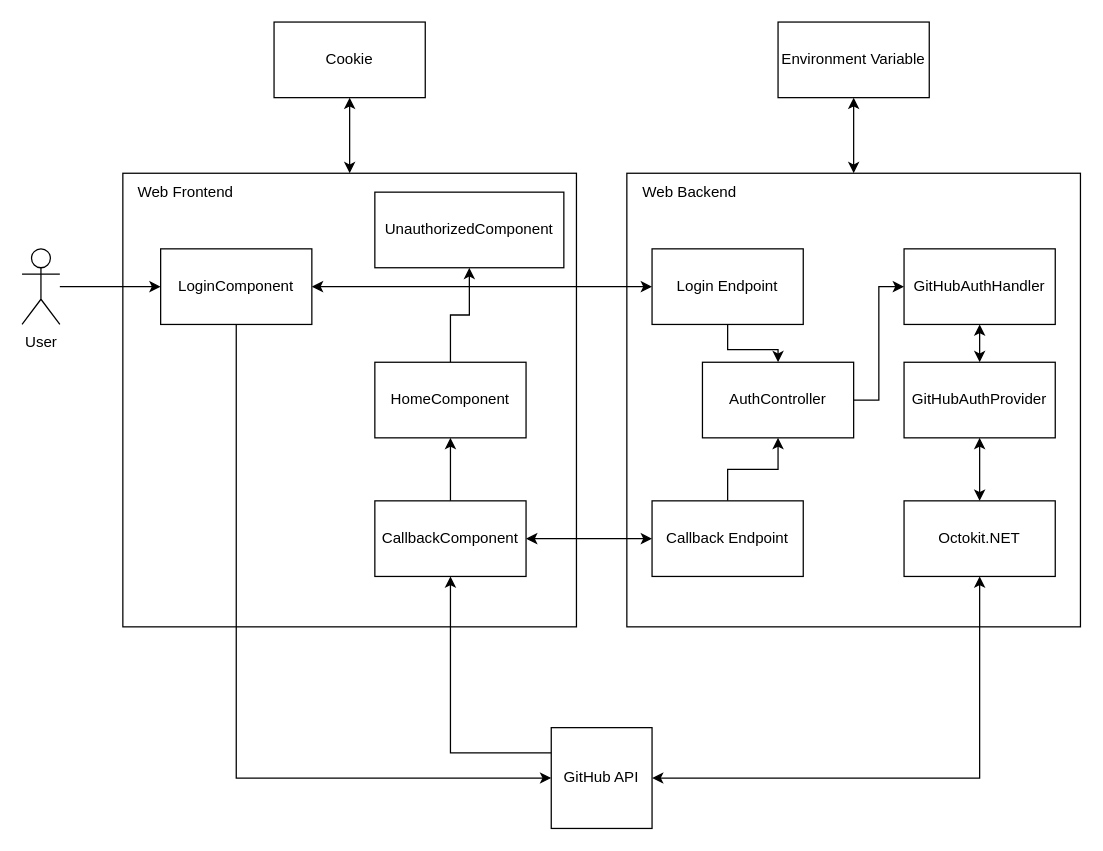
This is docs/auth-scheme.drawio from Strayker-Software/Binder, a draw.io file, before an edit. Source tidied: cells renumbered, new cells numbered last; positions are measured from the earlier drawing's top-left corner, leaving out a move shared by most shapes. Both pictures are drawn from the tidied source at 126%, with x=0, y=0 at pixel (21, 21).
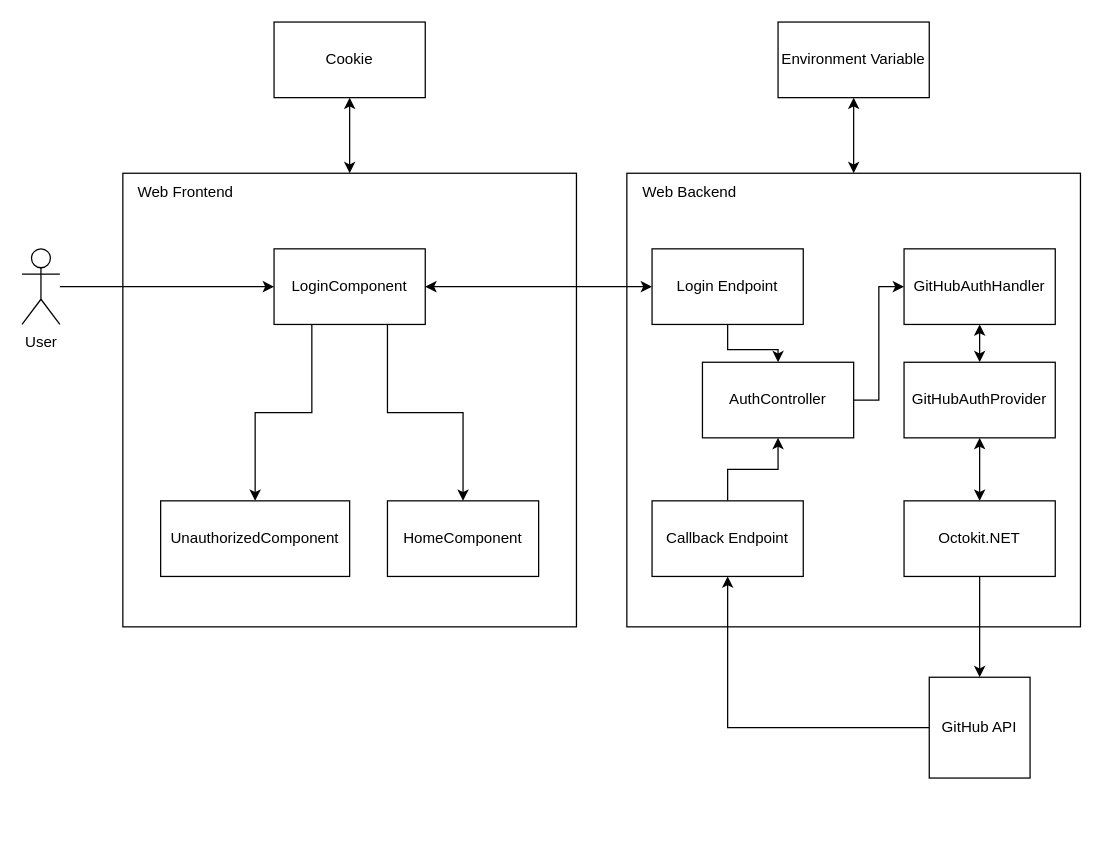
The same page after the edit.

Unchanged cells that the change refers to:
```xml
<mxCell id="9" value="Octokit.NET" style="rounded=0;whiteSpace=wrap;html=1;" parent="1" vertex="1">
  <mxGeometry x="700" y="380" width="120" height="60" as="geometry" />
</mxCell>
<mxCell id="19" value="Callback Endpoint" style="rounded=0;whiteSpace=wrap;html=1;" parent="1" vertex="1">
  <mxGeometry x="500" y="380" width="120" height="60" as="geometry" />
</mxCell>
```

What changed in the source:
```diff
@@
-    <mxCell id="6" style="edgeStyle=orthogonalEdgeStyle;rounded=0;jettySize=auto;html=1;exitX=0;exitY=0.25;exitDx=0;exitDy=0;entryX=0.5;entryY=1;entryDx=0;entryDy=0;startArrow=none;startFill=0;endArrow=classic;endFill=1;" parent="1" edge="1" source="7" target="27">
-      <mxGeometry relative="1" as="geometry" />
-    </mxCell>
+    <mxCell id="35" style="edgeStyle=orthogonalEdgeStyle;rounded=0;jettySize=auto;html=1;exitX=0;exitY=0.5;exitDx=0;exitDy=0;entryX=0.5;entryY=1;entryDx=0;entryDy=0;startArrow=none;startFill=0;endArrow=classic;endFill=1;" parent="1" edge="1" source="7" target="19">
+      <mxGeometry relative="1" as="geometry" />
+    </mxCell>
     <mxCell id="7" value="GitHub API" style="whiteSpace=wrap;html=1;" parent="1" vertex="1">
-      <mxGeometry x="420" y="560" width="80" height="80" as="geometry" />
+      <mxGeometry x="720" y="520" width="80" height="80" as="geometry" />
     </mxCell>
-    <mxCell id="8" style="edgeStyle=orthogonalEdgeStyle;rounded=0;jettySize=auto;html=1;exitX=0.5;exitY=1;exitDx=0;exitDy=0;entryX=1;entryY=0.5;entryDx=0;entryDy=0;startArrow=classic;startFill=1;" parent="1" edge="1" source="9" target="7">
+    <mxCell id="8" style="edgeStyle=orthogonalEdgeStyle;rounded=0;jettySize=auto;html=1;exitX=0.5;exitY=1;exitDx=0;exitDy=0;entryX=0.5;entryY=0;entryDx=0;entryDy=0;startArrow=none;startFill=0;" parent="1" edge="1" source="9" target="7">
       <mxGeometry relative="1" as="geometry" />
     </mxCell>
@@
-    <mxCell id="22" style="edgeStyle=orthogonalEdgeStyle;rounded=0;jettySize=auto;html=1;exitX=0.5;exitY=1;exitDx=0;exitDy=0;entryX=0;entryY=0.5;entryDx=0;entryDy=0;startArrow=none;startFill=0;" parent="1" edge="1" source="24" target="7">
-      <mxGeometry relative="1" as="geometry" />
-    </mxCell>
@@
+    <mxCell id="36" style="edgeStyle=orthogonalEdgeStyle;rounded=0;jettySize=auto;html=1;exitX=0.25;exitY=1;exitDx=0;exitDy=0;startArrow=none;startFill=0;endArrow=classic;endFill=1;" parent="1" edge="1" source="24" target="30">
+      <mxGeometry relative="1" as="geometry" />
+    </mxCell>
+    <mxCell id="37" style="edgeStyle=orthogonalEdgeStyle;rounded=0;jettySize=auto;html=1;exitX=0.75;exitY=1;exitDx=0;exitDy=0;entryX=0.5;entryY=0;entryDx=0;entryDy=0;startArrow=none;startFill=0;endArrow=classic;endFill=1;" parent="1" edge="1" source="24" target="29">
+      <mxGeometry relative="1" as="geometry" />
+    </mxCell>
     <mxCell id="24" value="LoginComponent" style="rounded=0;whiteSpace=wrap;html=1;" parent="1" vertex="1">
-      <mxGeometry x="110" y="180" width="120" height="60" as="geometry" />
+      <mxGeometry x="200" y="180" width="120" height="60" as="geometry" />
     </mxCell>
-    <mxCell id="25" style="edgeStyle=orthogonalEdgeStyle;rounded=0;jettySize=auto;html=1;exitX=1;exitY=0.5;exitDx=0;exitDy=0;entryX=0;entryY=0.5;entryDx=0;entryDy=0;startArrow=classic;startFill=1;" parent="1" edge="1" source="27" target="19">
-      <mxGeometry relative="1" as="geometry" />
-    </mxCell>
-    <mxCell id="26" style="edgeStyle=orthogonalEdgeStyle;rounded=0;jettySize=auto;html=1;exitX=0.5;exitY=0;exitDx=0;exitDy=0;entryX=0.5;entryY=1;entryDx=0;entryDy=0;startArrow=none;startFill=0;endArrow=classic;endFill=1;" parent="1" edge="1" source="27" target="29">
-      <mxGeometry relative="1" as="geometry" />
-    </mxCell>
-    <mxCell id="27" value="CallbackComponent" style="rounded=0;whiteSpace=wrap;html=1;" parent="1" vertex="1">
-      <mxGeometry x="280" y="380" width="120" height="60" as="geometry" />
-    </mxCell>
-    <mxCell id="28" style="edgeStyle=orthogonalEdgeStyle;rounded=0;jettySize=auto;html=1;exitX=0.5;exitY=0;exitDx=0;exitDy=0;entryX=0.5;entryY=1;entryDx=0;entryDy=0;startArrow=none;startFill=0;endArrow=classic;endFill=1;" parent="1" edge="1" source="29" target="30">
-      <mxGeometry relative="1" as="geometry" />
-    </mxCell>
     <mxCell id="29" value="HomeComponent" style="rounded=0;whiteSpace=wrap;html=1;" parent="1" vertex="1">
-      <mxGeometry x="280" y="270" width="120" height="60" as="geometry" />
+      <mxGeometry x="290" y="380" width="120" height="60" as="geometry" />
     </mxCell>
     <mxCell id="30" value="UnauthorizedComponent" style="rounded=0;whiteSpace=wrap;html=1;" parent="1" vertex="1">
-      <mxGeometry x="280" y="135" width="150" height="60" as="geometry" />
+      <mxGeometry x="110" y="380" width="150" height="60" as="geometry" />
     </mxCell>
```
